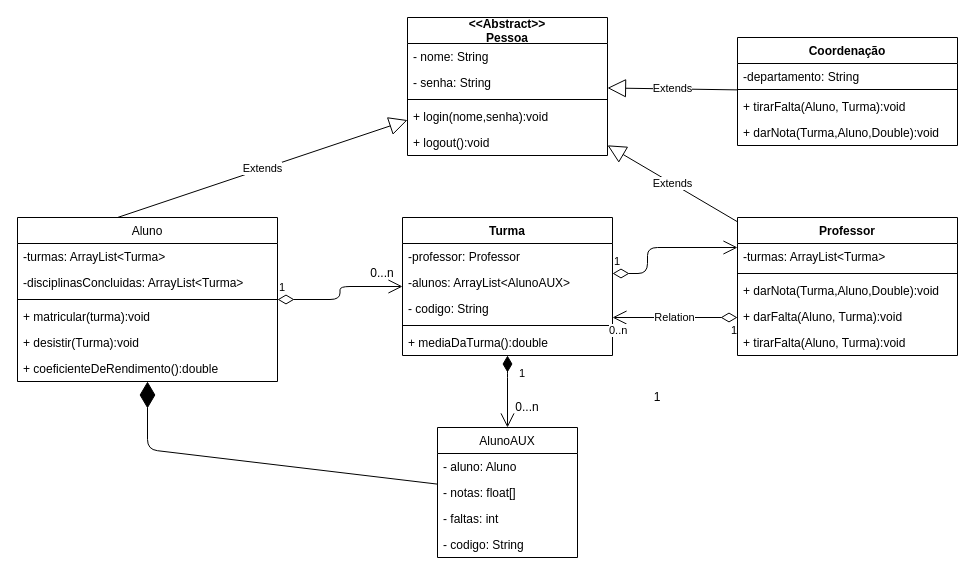
Before: Untitled Diagram.drawio in gabriel-ggpk/Projeto-IP2, a draw.io diagram. Source tidied: cells renumbered, new cells numbered last; positions are measured from the earlier drawing's top-left corner, leaving out a move shared by most shapes. Both pictures are drawn from the tidied source at 100%, with x=0, y=0 at pixel (17, 17).
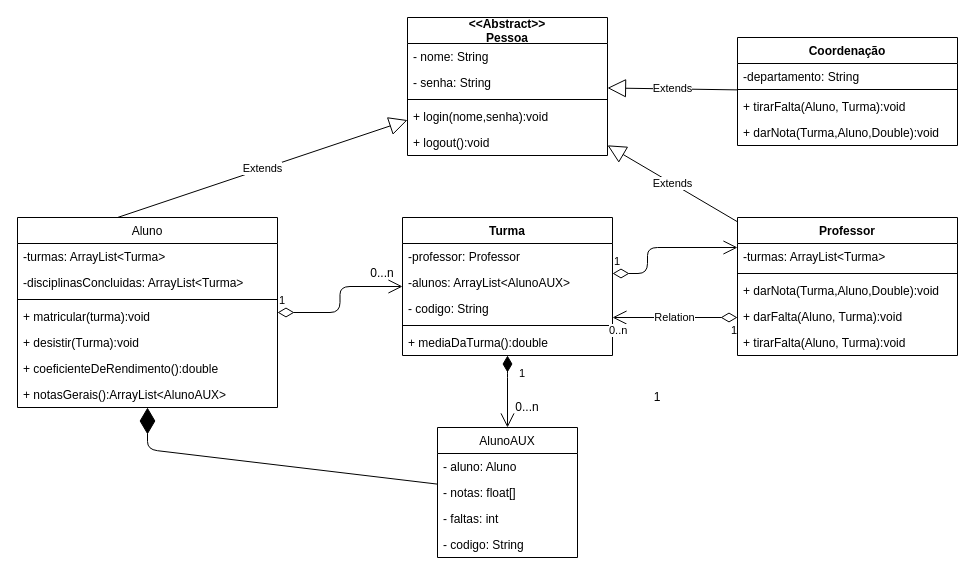
Above is the later version.

The edit, as a diff of the source:
```diff
@@
     <mxCell id="8" value="Aluno" style="swimlane;fontStyle=0;horizontal=1;startSize=26;fillColor=none;" parent="1" vertex="1">
-      <mxGeometry y="200" width="260" height="164" as="geometry" />
+      <mxGeometry y="200" width="260" height="190" as="geometry" />
     </mxCell>
@@
+    <mxCell id="50" value="+ notasGerais():ArrayList&lt;AlunoAUX&gt;" style="text;strokeColor=none;fillColor=none;align=left;verticalAlign=top;spacingLeft=4;spacingRight=4;overflow=hidden;" parent="8" vertex="1">
+      <mxGeometry y="164" width="260" height="26" as="geometry" />
+    </mxCell>
```
